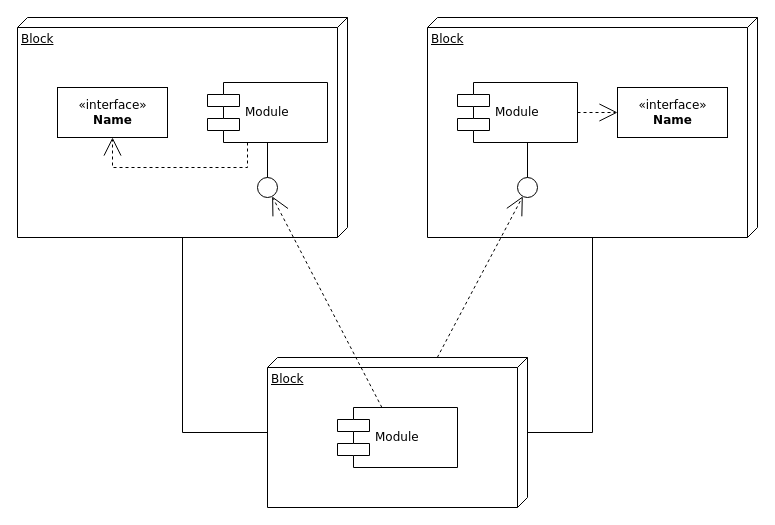
The draw.io diagram UML Diagramme/FlutterApp.drawio in PriXss/UMLDiagramme, before the edit. Source tidied: cells renumbered, new cells numbered last; positions are measured from the earlier drawing's top-left corner, leaving out a move shared by most shapes. Both pictures are drawn from the tidied source at 100%, with x=0, y=0 at pixel (17, 17).
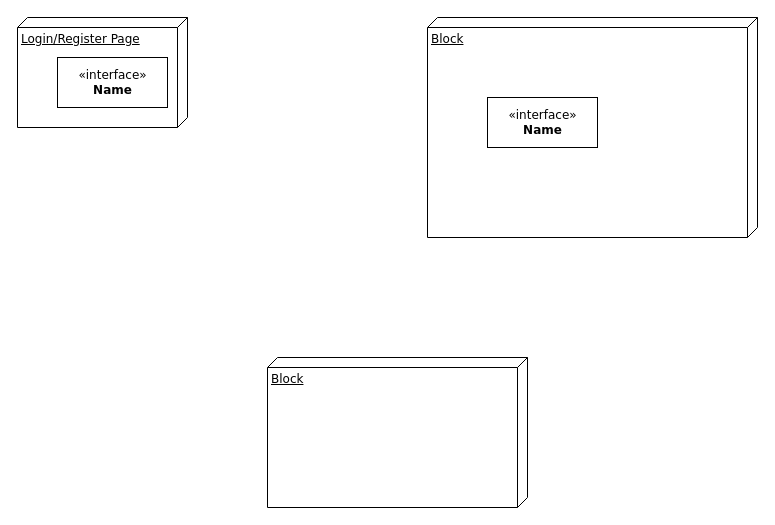
The same page after the edit.

The change refers to these unchanged cells:
```xml
<mxCell id="3" value="Block" style="verticalAlign=top;align=left;spacingTop=8;spacingLeft=2;spacingRight=12;shape=cube;size=10;direction=south;fontStyle=4;html=1;rounded=0;shadow=0;comic=0;labelBackgroundColor=none;strokeWidth=1;fontFamily=Verdana;fontSize=12;" parent="1" vertex="1">
  <mxGeometry x="410" width="330" height="220" as="geometry" />
</mxCell>
<mxCell id="4" value="Block" style="verticalAlign=top;align=left;spacingTop=8;spacingLeft=2;spacingRight=12;shape=cube;size=10;direction=south;fontStyle=4;html=1;rounded=0;shadow=0;comic=0;labelBackgroundColor=none;strokeWidth=1;fontFamily=Verdana;fontSize=12;" parent="1" vertex="1">
  <mxGeometry x="250" y="340" width="260" height="150" as="geometry" />
</mxCell>
```

Change to the diagram source:
```diff
@@
-    <mxCell id="2" value="Block" style="verticalAlign=top;align=left;spacingTop=8;spacingLeft=2;spacingRight=12;shape=cube;size=10;direction=south;fontStyle=4;html=1;rounded=0;shadow=0;comic=0;labelBackgroundColor=none;strokeWidth=1;fontFamily=Verdana;fontSize=12;" parent="1" vertex="1">
-      <mxGeometry width="330" height="220" as="geometry" />
+    <mxCell id="2" value="Login/Register Page" style="verticalAlign=top;align=left;spacingTop=8;spacingLeft=2;spacingRight=12;shape=cube;size=10;direction=south;fontStyle=4;html=1;rounded=0;shadow=0;comic=0;labelBackgroundColor=none;strokeWidth=1;fontFamily=Verdana;fontSize=12;" parent="1" vertex="1">
+      <mxGeometry width="170" height="110" as="geometry" />
     </mxCell>
@@
     <mxCell id="5" value="&amp;laquo;interface&amp;raquo;&lt;br&gt;&lt;b&gt;Name&lt;/b&gt;" style="html=1;rounded=0;shadow=0;comic=0;labelBackgroundColor=none;strokeWidth=1;fontFamily=Verdana;fontSize=12;align=center;" parent="1" vertex="1">
-      <mxGeometry x="40" y="70" width="110" height="50" as="geometry" />
+      <mxGeometry x="40" y="40" width="110" height="50" as="geometry" />
     </mxCell>
-    <mxCell id="6" value="Module" style="shape=component;align=left;spacingLeft=36;rounded=0;shadow=0;comic=0;labelBackgroundColor=none;strokeWidth=1;fontFamily=Verdana;fontSize=12;html=1;" parent="1" vertex="1">
-      <mxGeometry x="190" y="65" width="120" height="60" as="geometry" />
-    </mxCell>
-    <mxCell id="7" style="ellipse;whiteSpace=wrap;html=1;rounded=0;shadow=0;comic=0;labelBackgroundColor=none;strokeWidth=1;fontFamily=Verdana;fontSize=12;align=center;" parent="1" vertex="1">
-      <mxGeometry x="240" y="160" width="20" height="20" as="geometry" />
-    </mxCell>
-    <mxCell id="8" value="Module" style="shape=component;align=left;spacingLeft=36;rounded=0;shadow=0;comic=0;labelBackgroundColor=none;strokeWidth=1;fontFamily=Verdana;fontSize=12;html=1;" parent="1" vertex="1">
-      <mxGeometry x="440" y="65" width="120" height="60" as="geometry" />
-    </mxCell>
     <mxCell id="9" value="&amp;laquo;interface&amp;raquo;&lt;br&gt;&lt;b&gt;Name&lt;/b&gt;" style="html=1;rounded=0;shadow=0;comic=0;labelBackgroundColor=none;strokeWidth=1;fontFamily=Verdana;fontSize=12;align=center;" parent="1" vertex="1">
-      <mxGeometry x="600" y="70" width="110" height="50" as="geometry" />
+      <mxGeometry x="470" y="80" width="110" height="50" as="geometry" />
     </mxCell>
-    <mxCell id="10" style="ellipse;whiteSpace=wrap;html=1;rounded=0;shadow=0;comic=0;labelBackgroundColor=none;strokeWidth=1;fontFamily=Verdana;fontSize=12;align=center;" parent="1" vertex="1">
-      <mxGeometry x="500" y="160" width="20" height="20" as="geometry" />
-    </mxCell>
-    <mxCell id="11" value="Module" style="shape=component;align=left;spacingLeft=36;rounded=0;shadow=0;comic=0;labelBackgroundColor=none;strokeWidth=1;fontFamily=Verdana;fontSize=12;html=1;" parent="1" vertex="1">
-      <mxGeometry x="320" y="390" width="120" height="60" as="geometry" />
-    </mxCell>
-    <mxCell id="12" style="edgeStyle=none;rounded=0;html=1;dashed=1;labelBackgroundColor=none;startArrow=none;startFill=0;startSize=8;endArrow=open;endFill=0;endSize=16;fontFamily=Verdana;fontSize=12;" parent="1" edge="1" source="11" target="7">
-      <mxGeometry relative="1" as="geometry" />
-    </mxCell>
-    <mxCell id="13" style="edgeStyle=none;rounded=0;html=1;dashed=1;labelBackgroundColor=none;startArrow=none;startFill=0;startSize=8;endArrow=open;endFill=0;endSize=16;fontFamily=Verdana;fontSize=12;" parent="1" edge="1" source="4" target="10">
-      <mxGeometry relative="1" as="geometry" />
-    </mxCell>
-    <mxCell id="14" style="edgeStyle=elbowEdgeStyle;rounded=0;html=1;labelBackgroundColor=none;startArrow=none;startFill=0;startSize=8;endArrow=none;endFill=0;endSize=16;fontFamily=Verdana;fontSize=12;" parent="1" edge="1" source="10" target="8">
-      <mxGeometry relative="1" as="geometry" />
-    </mxCell>
-    <mxCell id="15" style="edgeStyle=elbowEdgeStyle;rounded=0;html=1;labelBackgroundColor=none;startArrow=none;startFill=0;startSize=8;endArrow=none;endFill=0;endSize=16;fontFamily=Verdana;fontSize=12;" parent="1" edge="1" source="7" target="6">
-      <mxGeometry relative="1" as="geometry" />
-    </mxCell>
-    <mxCell id="16" style="edgeStyle=orthogonalEdgeStyle;rounded=0;html=1;labelBackgroundColor=none;startArrow=none;startFill=0;startSize=8;endArrow=open;endFill=0;endSize=16;fontFamily=Verdana;fontSize=12;dashed=1;" parent="1" edge="1" source="6" target="5">
-      <mxGeometry relative="1" as="geometry">
-        <Array as="points">
-          <mxPoint x="230" y="150" />
-          <mxPoint x="95" y="150" />
-        </Array>
-      </mxGeometry>
-    </mxCell>
-    <mxCell id="17" style="edgeStyle=orthogonalEdgeStyle;rounded=0;html=1;dashed=1;labelBackgroundColor=none;startArrow=none;startFill=0;startSize=8;endArrow=open;endFill=0;endSize=16;fontFamily=Verdana;fontSize=12;" parent="1" edge="1" source="8" target="9">
-      <mxGeometry relative="1" as="geometry" />
-    </mxCell>
-    <mxCell id="18" style="edgeStyle=orthogonalEdgeStyle;rounded=0;html=1;labelBackgroundColor=none;startArrow=none;startFill=0;startSize=8;endArrow=none;endFill=0;endSize=16;fontFamily=Verdana;fontSize=12;" parent="1" edge="1" source="4" target="3">
-      <mxGeometry relative="1" as="geometry">
-        <Array as="points">
-          <mxPoint x="575" y="415" />
-        </Array>
-      </mxGeometry>
-    </mxCell>
-    <mxCell id="19" style="edgeStyle=orthogonalEdgeStyle;rounded=0;html=1;labelBackgroundColor=none;startArrow=none;startFill=0;startSize=8;endArrow=none;endFill=0;endSize=16;fontFamily=Verdana;fontSize=12;" parent="1" edge="1" source="4" target="2">
-      <mxGeometry relative="1" as="geometry">
-        <Array as="points">
-          <mxPoint x="165" y="415" />
-        </Array>
-      </mxGeometry>
-    </mxCell>
```
